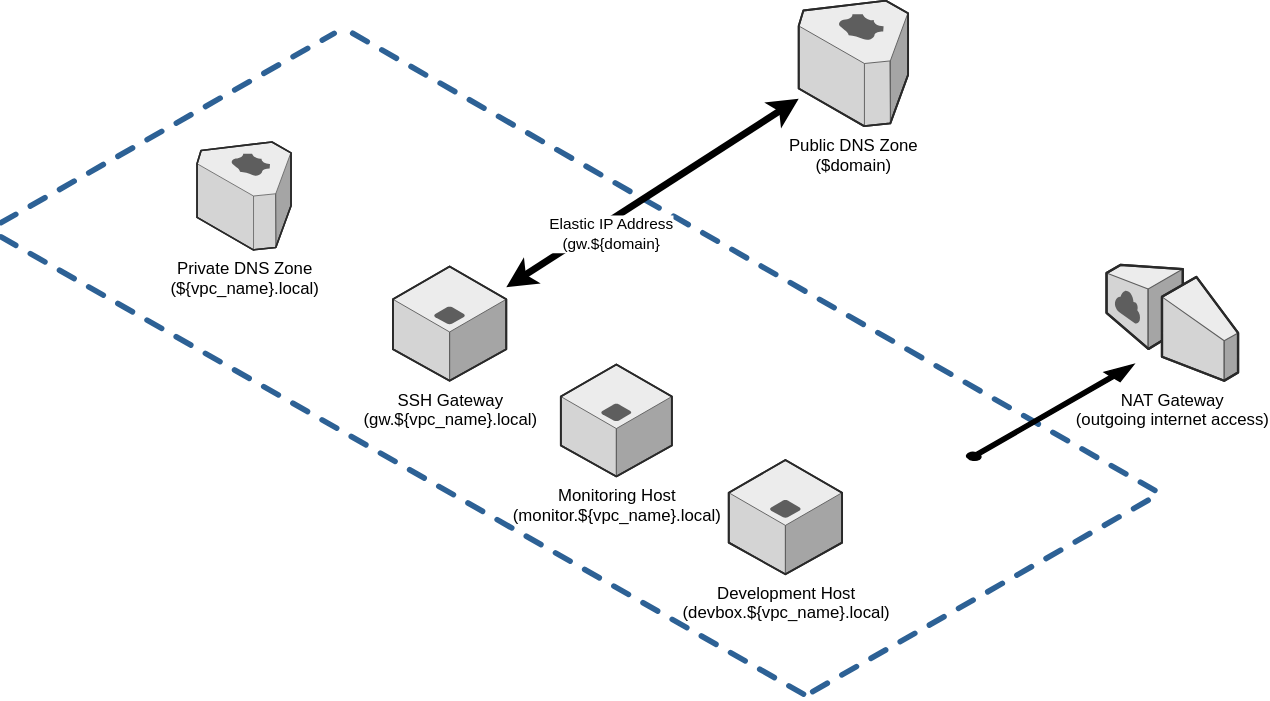
The draw.io diagram arch_diagram.svg in adeck/terraform-infra, before a commit. Source tidied: cells renumbered, new cells last; positions are measured from the earlier drawing's top-left corner, leaving out a move shared by most shapes. The source it was exported from:
```xml
<mxGraphModel>
  <root>
    <mxCell id="0" />
    <mxCell id="1" parent="0" />
    <mxCell id="2" value="NAT Gateway&lt;br&gt;(outgoing internet access)" style="verticalLabelPosition=bottom;html=1;verticalAlign=top;strokeWidth=1;dashed=0;shape=mxgraph.aws3d.internetGateway;fillColor=#ECECEC;strokeColor=#5E5E5E;rounded=1;shadow=0;comic=0;fontSize=12;flipH=1;flipV=0;direction=east;" parent="1" vertex="1">
      <mxGeometry x="790" y="188.9" width="94" height="82.8" as="geometry" />
    </mxCell>
    <mxCell id="3" style="verticalLabelPosition=bottom;html=1;verticalAlign=top;strokeWidth=1;dashed=0;shape=mxgraph.aws3d.dashedArrowlessEdge;rounded=1;shadow=0;comic=0;fontFamily=Verdana;fontSize=12;" parent="1" vertex="1">
      <mxGeometry x="251.2" y="23.3" width="573.3" height="326.7" as="geometry" />
    </mxCell>
    <mxCell id="4" style="verticalLabelPosition=bottom;html=1;verticalAlign=top;strokeWidth=1;dashed=0;shape=mxgraph.aws3d.dashedArrowlessEdge;rounded=1;shadow=0;comic=0;fontFamily=Verdana;fontSize=12;" parent="1" vertex="1">
      <mxGeometry y="168.9" width="581.1" height="331.1" as="geometry" />
    </mxCell>
    <mxCell id="5" style="verticalLabelPosition=bottom;html=1;verticalAlign=top;strokeWidth=1;dashed=0;shape=mxgraph.aws3d.dashedArrowlessEdge;fillColor=#000000;rounded=1;shadow=0;comic=0;fontFamily=Verdana;fontSize=12;fontColor=#000000;flipV=1;" parent="1" vertex="1">
      <mxGeometry y="23.3" width="238" height="135.3" as="geometry" />
    </mxCell>
    <mxCell id="6" style="verticalLabelPosition=bottom;html=1;verticalAlign=top;strokeWidth=1;dashed=0;shape=mxgraph.aws3d.dashedArrowlessEdge;rounded=1;shadow=0;comic=0;fontFamily=Verdana;fontSize=12;flipV=1;" parent="1" vertex="1">
      <mxGeometry x="580" y="354.3" width="244.6" height="139.5" as="geometry" />
    </mxCell>
    <mxCell id="7" value="Private DNS Zone&lt;br&gt;(${env}.local)" style="verticalLabelPosition=bottom;html=1;verticalAlign=top;strokeWidth=1;align=center;dashed=0;shape=mxgraph.aws3d.route53;fillColor=#ECECEC;strokeColor=#5E5E5E;" parent="1" vertex="1">
      <mxGeometry x="140" y="101" width="67.2" height="77" as="geometry" />
    </mxCell>
    <mxCell id="8" value="Monitoring Host&lt;br&gt;(monitor.${env}.local)" style="verticalLabelPosition=bottom;html=1;verticalAlign=top;strokeWidth=1;align=center;dashed=0;shape=mxgraph.aws3d.application_server;fillColor=#ECECEC;strokeColor=#5E5E5E;" parent="1" vertex="1">
      <mxGeometry x="400" y="260" width="79.3" height="80" as="geometry" />
    </mxCell>
    <mxCell id="9" value="SSH Gateway&lt;br&gt;(gw.${env}.local)" style="verticalLabelPosition=bottom;html=1;verticalAlign=top;strokeWidth=1;align=center;outlineConnect=0;dashed=0;outlineConnect=0;shape=mxgraph.aws3d.application_server;fillColor=#ECECEC;strokeColor=#5E5E5E;" parent="1" vertex="1">
      <mxGeometry x="280" y="190" width="81" height="81.7" as="geometry" />
    </mxCell>
    <mxCell id="10" value="Development Host&lt;br&gt;(devel.${env}.local)" style="verticalLabelPosition=bottom;html=1;verticalAlign=top;strokeWidth=1;align=center;dashed=0;shape=mxgraph.aws3d.application_server;fillColor=#ECECEC;strokeColor=#5E5E5E;" parent="1" vertex="1">
      <mxGeometry x="520" y="328.2" width="81" height="81.7" as="geometry" />
    </mxCell>
    <mxCell id="11" value="Public DNS Zone&lt;br&gt;($domain)" style="verticalLabelPosition=bottom;html=1;verticalAlign=top;strokeWidth=1;align=center;outlineConnect=0;dashed=0;outlineConnect=0;shape=mxgraph.aws3d.route53;fillColor=#ECECEC;strokeColor=#5E5E5E;" parent="1" vertex="1">
      <mxGeometry x="570" width="78.2" height="89.7" as="geometry" />
    </mxCell>
    <mxCell id="12" style="verticalLabelPosition=bottom;html=1;verticalAlign=top;strokeWidth=1;align=center;dashed=0;shape=mxgraph.aws3d.arrowNE;fillColor=#000000;" parent="1" vertex="1">
      <mxGeometry x="690" y="260" width="119.4" height="68.2" as="geometry" />
    </mxCell>
    <mxCell id="13" style="endArrow=classic;startArrow=classic;html=1;rounded=0;strokeWidth=5;anchorPointDirection=1;" parent="1" edge="1" source="9" target="11">
      <mxGeometry relative="1" as="geometry" />
    </mxCell>
    <mxCell id="14" value="Elastic IP Address&lt;br&gt;(gw.${domain}" style="edgeLabel;html=1;align=center;verticalAlign=middle;" parent="13" vertex="1">
      <mxGeometry x="-0.33" y="-8" relative="1" as="geometry" />
    </mxCell>
  </root>
</mxGraphModel>
```
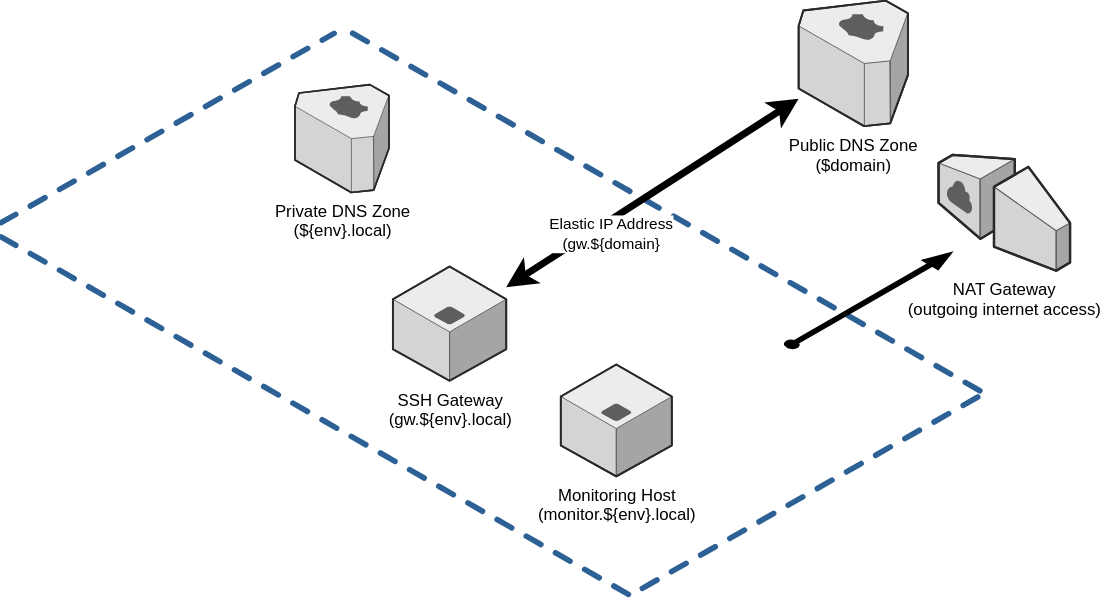
The same file after the commit.

Diff of the diagram source:
```diff
@@ -3,22 +3,22 @@
     <mxCell id="0" />
     <mxCell id="1" parent="0" />
     <mxCell id="2" value="NAT Gateway&lt;br&gt;(outgoing internet access)" style="verticalLabelPosition=bottom;html=1;verticalAlign=top;strokeWidth=1;dashed=0;shape=mxgraph.aws3d.internetGateway;fillColor=#ECECEC;strokeColor=#5E5E5E;rounded=1;shadow=0;comic=0;fontSize=12;flipH=1;flipV=0;direction=east;" parent="1" vertex="1">
-      <mxGeometry x="790" y="188.9" width="94" height="82.8" as="geometry" />
+      <mxGeometry x="670" y="110.2" width="94" height="82.8" as="geometry" />
     </mxCell>
     <mxCell id="3" style="verticalLabelPosition=bottom;html=1;verticalAlign=top;strokeWidth=1;dashed=0;shape=mxgraph.aws3d.dashedArrowlessEdge;rounded=1;shadow=0;comic=0;fontFamily=Verdana;fontSize=12;" parent="1" vertex="1">
-      <mxGeometry x="251.2" y="23.3" width="573.3" height="326.7" as="geometry" />
+      <mxGeometry x="251.2" y="23.3" width="450.5" height="256.7" as="geometry" />
     </mxCell>
     <mxCell id="4" style="verticalLabelPosition=bottom;html=1;verticalAlign=top;strokeWidth=1;dashed=0;shape=mxgraph.aws3d.dashedArrowlessEdge;rounded=1;shadow=0;comic=0;fontFamily=Verdana;fontSize=12;" parent="1" vertex="1">
-      <mxGeometry y="168.9" width="581.1" height="331.1" as="geometry" />
+      <mxGeometry y="168.8" width="458.3" height="261.1" as="geometry" />
     </mxCell>
     <mxCell id="5" style="verticalLabelPosition=bottom;html=1;verticalAlign=top;strokeWidth=1;dashed=0;shape=mxgraph.aws3d.dashedArrowlessEdge;fillColor=#000000;rounded=1;shadow=0;comic=0;fontFamily=Verdana;fontSize=12;fontColor=#000000;flipV=1;" parent="1" vertex="1">
       <mxGeometry y="23.3" width="238" height="135.3" as="geometry" />
     </mxCell>
     <mxCell id="6" style="verticalLabelPosition=bottom;html=1;verticalAlign=top;strokeWidth=1;dashed=0;shape=mxgraph.aws3d.dashedArrowlessEdge;rounded=1;shadow=0;comic=0;fontFamily=Verdana;fontSize=12;flipV=1;" parent="1" vertex="1">
-      <mxGeometry x="580" y="354.3" width="244.6" height="139.5" as="geometry" />
+      <mxGeometry x="458.3" y="280" width="245.5" height="140" as="geometry" />
     </mxCell>
     <mxCell id="7" value="Private DNS Zone&lt;br&gt;(${env}.local)" style="verticalLabelPosition=bottom;html=1;verticalAlign=top;strokeWidth=1;align=center;dashed=0;shape=mxgraph.aws3d.route53;fillColor=#ECECEC;strokeColor=#5E5E5E;" parent="1" vertex="1">
-      <mxGeometry x="140" y="101" width="67.2" height="77" as="geometry" />
+      <mxGeometry x="210" y="60" width="67.2" height="77" as="geometry" />
     </mxCell>
     <mxCell id="8" value="Monitoring Host&lt;br&gt;(monitor.${env}.local)" style="verticalLabelPosition=bottom;html=1;verticalAlign=top;strokeWidth=1;align=center;dashed=0;shape=mxgraph.aws3d.application_server;fillColor=#ECECEC;strokeColor=#5E5E5E;" parent="1" vertex="1">
       <mxGeometry x="400" y="260" width="79.3" height="80" as="geometry" />
@@ -26,14 +26,11 @@
     <mxCell id="9" value="SSH Gateway&lt;br&gt;(gw.${env}.local)" style="verticalLabelPosition=bottom;html=1;verticalAlign=top;strokeWidth=1;align=center;outlineConnect=0;dashed=0;outlineConnect=0;shape=mxgraph.aws3d.application_server;fillColor=#ECECEC;strokeColor=#5E5E5E;" parent="1" vertex="1">
       <mxGeometry x="280" y="190" width="81" height="81.7" as="geometry" />
     </mxCell>
-    <mxCell id="10" value="Development Host&lt;br&gt;(devel.${env}.local)" style="verticalLabelPosition=bottom;html=1;verticalAlign=top;strokeWidth=1;align=center;dashed=0;shape=mxgraph.aws3d.application_server;fillColor=#ECECEC;strokeColor=#5E5E5E;" parent="1" vertex="1">
-      <mxGeometry x="520" y="328.2" width="81" height="81.7" as="geometry" />
-    </mxCell>
     <mxCell id="11" value="Public DNS Zone&lt;br&gt;($domain)" style="verticalLabelPosition=bottom;html=1;verticalAlign=top;strokeWidth=1;align=center;outlineConnect=0;dashed=0;outlineConnect=0;shape=mxgraph.aws3d.route53;fillColor=#ECECEC;strokeColor=#5E5E5E;" parent="1" vertex="1">
       <mxGeometry x="570" width="78.2" height="89.7" as="geometry" />
     </mxCell>
     <mxCell id="12" style="verticalLabelPosition=bottom;html=1;verticalAlign=top;strokeWidth=1;align=center;dashed=0;shape=mxgraph.aws3d.arrowNE;fillColor=#000000;" parent="1" vertex="1">
-      <mxGeometry x="690" y="260" width="119.4" height="68.2" as="geometry" />
+      <mxGeometry x="560" y="180" width="119.4" height="68.2" as="geometry" />
     </mxCell>
     <mxCell id="13" style="endArrow=classic;startArrow=classic;html=1;rounded=0;strokeWidth=5;anchorPointDirection=1;" parent="1" edge="1" source="9" target="11">
       <mxGeometry relative="1" as="geometry" />
```
